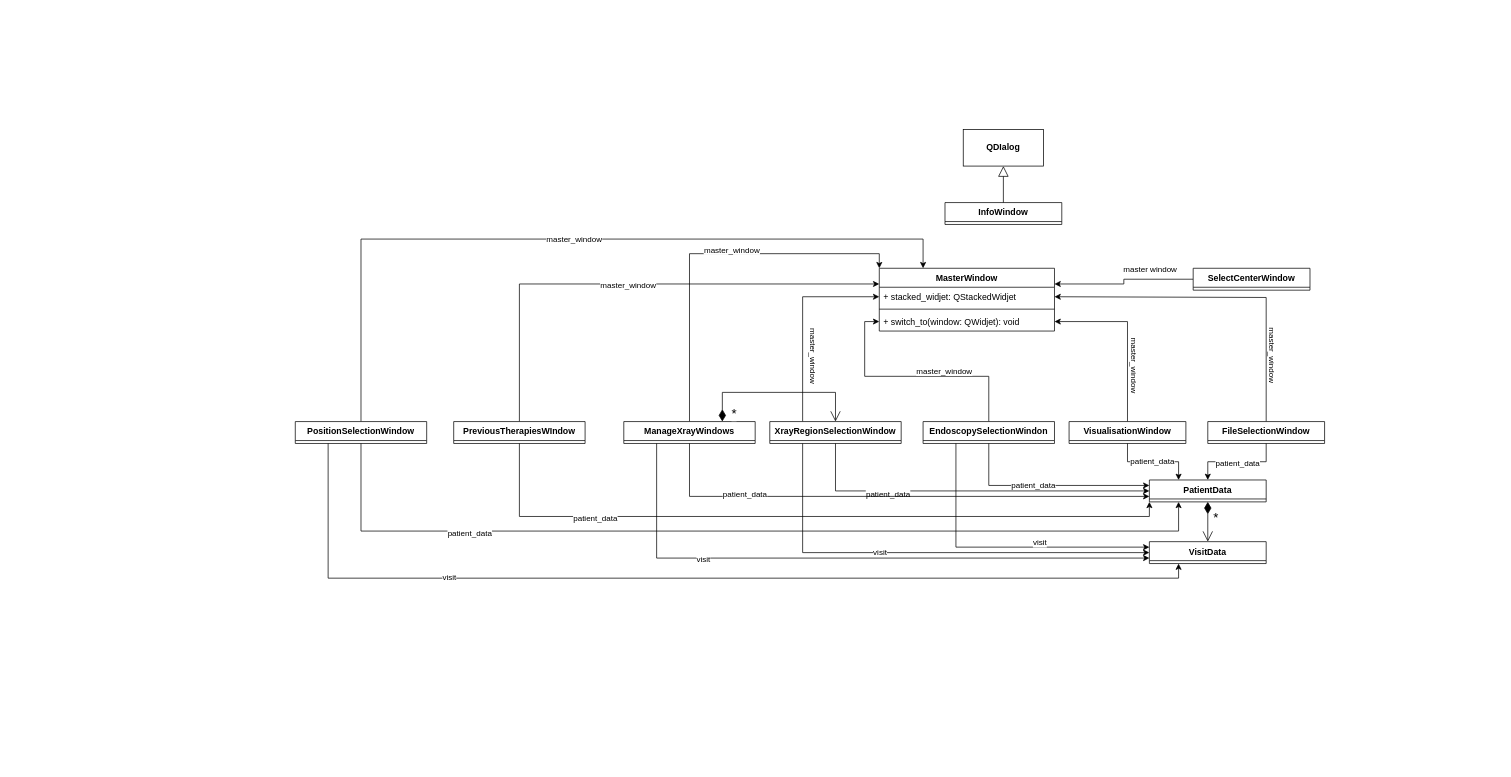
Earlier version of the draw.io diagram 3drekonstruktionspeiseroehre/diagrams/3drekonstruktion_UML.drawio (ds-lab/EsophagusVisualization). Source tidied: cells renumbered, new cells numbered last; positions are measured from the earlier drawing's top-left corner, leaving out a move shared by most shapes. Both pictures are drawn from the tidied source at 73%, with x=0, y=0 at pixel (295, 129).
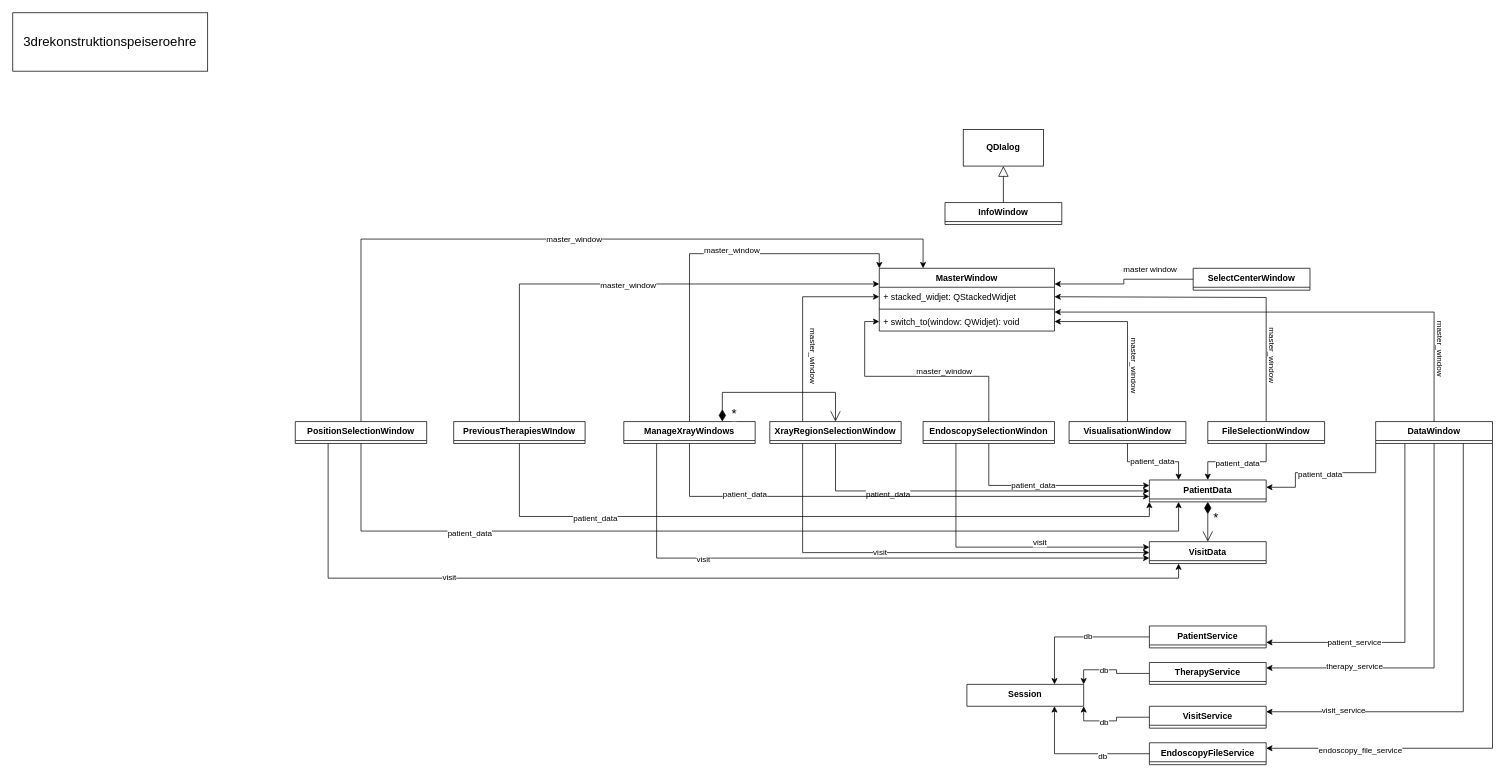
After the change.

What changed in the source:
```diff
@@
+    <mxCell id="61" style="edgeStyle=orthogonalEdgeStyle;rounded=0;jettySize=auto;html=1;exitX=0.5;exitY=1;exitDx=0;exitDy=0;entryX=1;entryY=0.25;entryDx=0;entryDy=0;" parent="1" edge="1" source="69" target="74">
+      <mxGeometry relative="1" as="geometry" />
+    </mxCell>
+    <mxCell id="62" value="therapy_service" style="edgeLabel;html=1;align=center;verticalAlign=middle;" parent="61" vertex="1">
+      <mxGeometry x="0.55" y="-2" relative="1" as="geometry" />
+    </mxCell>
+    <mxCell id="63" style="edgeStyle=orthogonalEdgeStyle;rounded=0;jettySize=auto;html=1;exitX=0.75;exitY=1;exitDx=0;exitDy=0;entryX=1;entryY=0.25;entryDx=0;entryDy=0;" parent="1" edge="1" source="69" target="77">
+      <mxGeometry relative="1" as="geometry" />
+    </mxCell>
+    <mxCell id="64" value="visit_service" style="edgeLabel;html=1;align=center;verticalAlign=middle;" parent="63" vertex="1">
+      <mxGeometry x="0.67" y="-2" relative="1" as="geometry" />
+    </mxCell>
+    <mxCell id="65" style="edgeStyle=orthogonalEdgeStyle;rounded=0;jettySize=auto;html=1;exitX=1;exitY=1;exitDx=0;exitDy=0;entryX=1;entryY=0.25;entryDx=0;entryDy=0;" parent="1" edge="1" source="69" target="80">
+      <mxGeometry relative="1" as="geometry" />
+    </mxCell>
+    <mxCell id="66" value="endoscopy_file_service" style="edgeLabel;html=1;align=center;verticalAlign=middle;" parent="65" vertex="1">
+      <mxGeometry x="0.73" y="3" relative="1" as="geometry">
+        <mxPoint x="30" as="offset" />
+      </mxGeometry>
+    </mxCell>
+    <mxCell id="67" style="edgeStyle=orthogonalEdgeStyle;rounded=0;jettySize=auto;html=1;exitX=0.25;exitY=1;exitDx=0;exitDy=0;entryX=1;entryY=0.75;entryDx=0;entryDy=0;" parent="1" edge="1" source="69" target="85">
+      <mxGeometry relative="1" as="geometry" />
+    </mxCell>
+    <mxCell id="68" value="patient_service" style="edgeLabel;html=1;align=center;verticalAlign=middle;" parent="67" vertex="1">
+      <mxGeometry x="0.73" relative="1" as="geometry">
+        <mxPoint x="58" as="offset" />
+      </mxGeometry>
+    </mxCell>
+    <mxCell id="69" value="DataWindow" style="swimlane;fontStyle=1;align=center;verticalAlign=top;horizontal=1;startSize=26;whiteSpace=wrap;html=1;" parent="1" vertex="1" collapsed="1">
+      <mxGeometry x="1480" y="400" width="160" height="30" as="geometry" />
+    </mxCell>
+    <mxCell id="70" style="rounded=0;jettySize=auto;html=1;exitX=0.5;exitY=0;exitDx=0;exitDy=0;entryX=1;entryY=0.5;entryDx=0;entryDy=0;" parent="1" edge="1" source="69">
+      <mxGeometry relative="1" as="geometry">
+        <mxPoint x="1040" y="250" as="targetPoint" />
+        <Array as="points">
+          <mxPoint x="1560" y="250" />
+        </Array>
+      </mxGeometry>
+    </mxCell>
+    <mxCell id="71" value="master_window" style="edgeLabel;html=1;align=center;verticalAlign=middle;rotation=90;" parent="70" vertex="1">
+      <mxGeometry x="-0.6" y="1" relative="1" as="geometry">
+        <mxPoint x="11" y="33" as="offset" />
+      </mxGeometry>
+    </mxCell>
+    <mxCell id="72" style="edgeStyle=orthogonalEdgeStyle;rounded=0;jettySize=auto;html=1;exitX=0;exitY=0.5;exitDx=0;exitDy=0;entryX=1;entryY=0;entryDx=0;entryDy=0;" parent="1" edge="1" source="74" target="86">
+      <mxGeometry relative="1" as="geometry" />
+    </mxCell>
+    <mxCell id="73" value="db" style="edgeLabel;html=1;align=center;verticalAlign=middle;" parent="72" vertex="1">
+      <mxGeometry x="0.19" relative="1" as="geometry" />
+    </mxCell>
+    <mxCell id="74" value="TherapyService" style="swimlane;fontStyle=1;align=center;verticalAlign=top;horizontal=1;startSize=26;whiteSpace=wrap;html=1;" parent="1" vertex="1" collapsed="1">
+      <mxGeometry x="1170" y="730" width="160" height="30" as="geometry" />
+    </mxCell>
+    <mxCell id="75" style="edgeStyle=orthogonalEdgeStyle;rounded=0;jettySize=auto;html=1;exitX=0;exitY=0.5;exitDx=0;exitDy=0;entryX=1;entryY=1;entryDx=0;entryDy=0;" parent="1" edge="1" source="77" target="86">
+      <mxGeometry relative="1" as="geometry" />
+    </mxCell>
+    <mxCell id="76" value="db" style="edgeLabel;html=1;align=center;verticalAlign=middle;" parent="75" vertex="1">
+      <mxGeometry x="0.19" y="1" relative="1" as="geometry" />
+    </mxCell>
+    <mxCell id="77" value="VisitService" style="swimlane;fontStyle=1;align=center;verticalAlign=top;horizontal=1;startSize=26;whiteSpace=wrap;html=1;" parent="1" vertex="1" collapsed="1">
+      <mxGeometry x="1170" y="790" width="160" height="30" as="geometry" />
+    </mxCell>
+    <mxCell id="78" style="edgeStyle=orthogonalEdgeStyle;rounded=0;jettySize=auto;html=1;exitX=0;exitY=0.5;exitDx=0;exitDy=0;entryX=0.75;entryY=1;entryDx=0;entryDy=0;" parent="1" edge="1" source="80" target="86">
+      <mxGeometry relative="1" as="geometry" />
+    </mxCell>
+    <mxCell id="79" value="db" style="edgeLabel;html=1;align=center;verticalAlign=middle;" parent="78" vertex="1">
+      <mxGeometry x="-0.33" y="3" relative="1" as="geometry" />
+    </mxCell>
+    <mxCell id="80" value="EndoscopyFileService" style="swimlane;fontStyle=1;align=center;verticalAlign=top;horizontal=1;startSize=26;whiteSpace=wrap;html=1;" parent="1" vertex="1" collapsed="1">
+      <mxGeometry x="1170" y="840" width="160" height="30" as="geometry" />
+    </mxCell>
+    <mxCell id="81" style="edgeStyle=orthogonalEdgeStyle;rounded=0;jettySize=auto;html=1;exitX=0;exitY=1;exitDx=0;exitDy=0;" parent="1" edge="1" source="69">
+      <mxGeometry relative="1" as="geometry">
+        <mxPoint x="1330" y="490" as="targetPoint" />
+        <Array as="points">
+          <mxPoint x="1480" y="470" />
+          <mxPoint x="1370" y="470" />
+          <mxPoint x="1370" y="490" />
+        </Array>
+      </mxGeometry>
+    </mxCell>
+    <mxCell id="82" value="patient_data" style="edgeLabel;html=1;align=center;verticalAlign=middle;" parent="81" vertex="1">
+      <mxGeometry x="0.16" y="1" relative="1" as="geometry">
+        <mxPoint x="5" as="offset" />
+      </mxGeometry>
+    </mxCell>
+    <mxCell id="83" style="edgeStyle=orthogonalEdgeStyle;rounded=0;jettySize=auto;html=1;exitX=0;exitY=0.5;exitDx=0;exitDy=0;entryX=0.75;entryY=0;entryDx=0;entryDy=0;" parent="1" edge="1" source="85" target="86">
+      <mxGeometry relative="1" as="geometry" />
+    </mxCell>
+    <mxCell id="84" value="db" style="edgeLabel;html=1;align=center;verticalAlign=middle;" parent="83" vertex="1">
+      <mxGeometry x="-0.13" y="-1" relative="1" as="geometry" />
+    </mxCell>
+    <mxCell id="85" value="PatientService" style="swimlane;fontStyle=1;align=center;verticalAlign=top;horizontal=1;startSize=26;whiteSpace=wrap;html=1;" parent="1" vertex="1" collapsed="1">
+      <mxGeometry x="1170" y="680" width="160" height="30" as="geometry" />
+    </mxCell>
+    <mxCell id="86" value="Session" style="swimlane;fontStyle=1;align=center;verticalAlign=top;horizontal=1;startSize=30;whiteSpace=wrap;html=1;" parent="1" vertex="1" collapsed="1">
+      <mxGeometry x="920" y="760" width="160" height="30" as="geometry" />
+    </mxCell>
+    <mxCell id="87" value="&lt;font style=&quot;font-size: 18px;&quot;&gt;3drekonstruktionspeiseroehre&lt;/font&gt;" style="html=1;whiteSpace=wrap;" parent="1" vertex="1">
+      <mxGeometry x="-387" y="-160" width="267" height="80" as="geometry" />
+    </mxCell>
```
